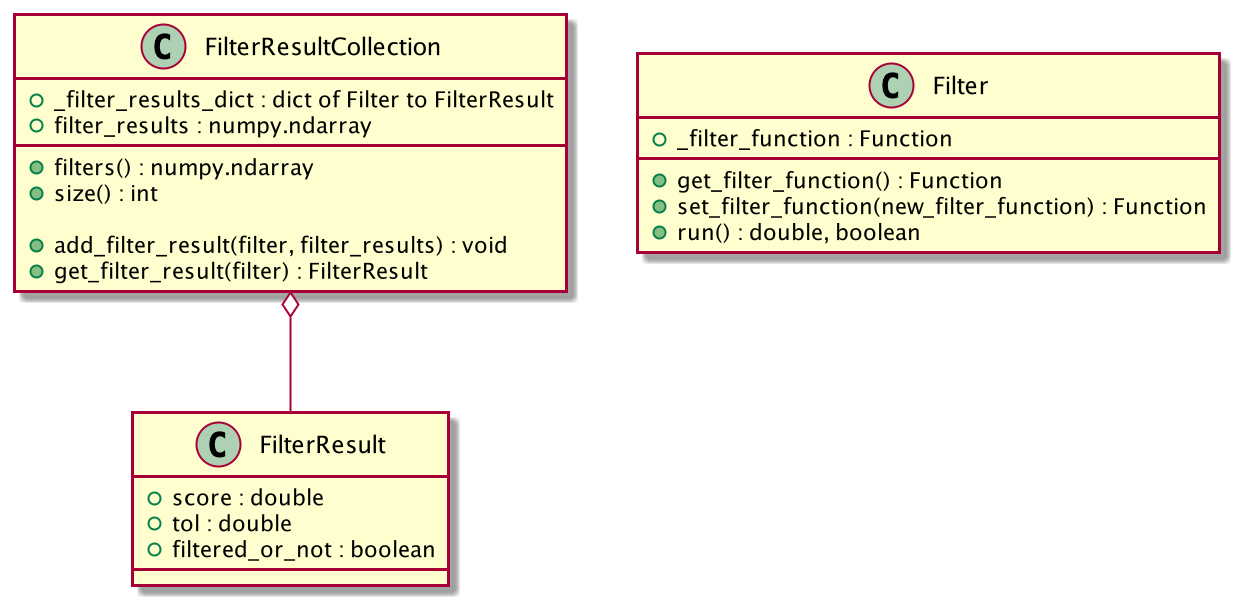
Above: fr_frc.png in sys-bio/SBviper (PlantUML), before the change. Its diagram source:
```plantuml
@startuml

FilterResultCollection o-- FilterResult


class FilterResultCollection {
    +_filter_results_dict : dict of Filter to FilterResult
    +filters() : numpy.ndarray
    +filter_results : numpy.ndarray
    +size() : int

    +add_filter_result(filter, filter_results) : void
    +get_filter_result(filter) : FilterResult
}

class FilterResult {
    +score : double
    +tol : double
    +filtered_or_not : boolean
}

class Filter {
    +_filter_function : Function
    +get_filter_function() : Function
    +set_filter_function(new_filter_function) : Function
    +run() : double, boolean
}

@enduml
```
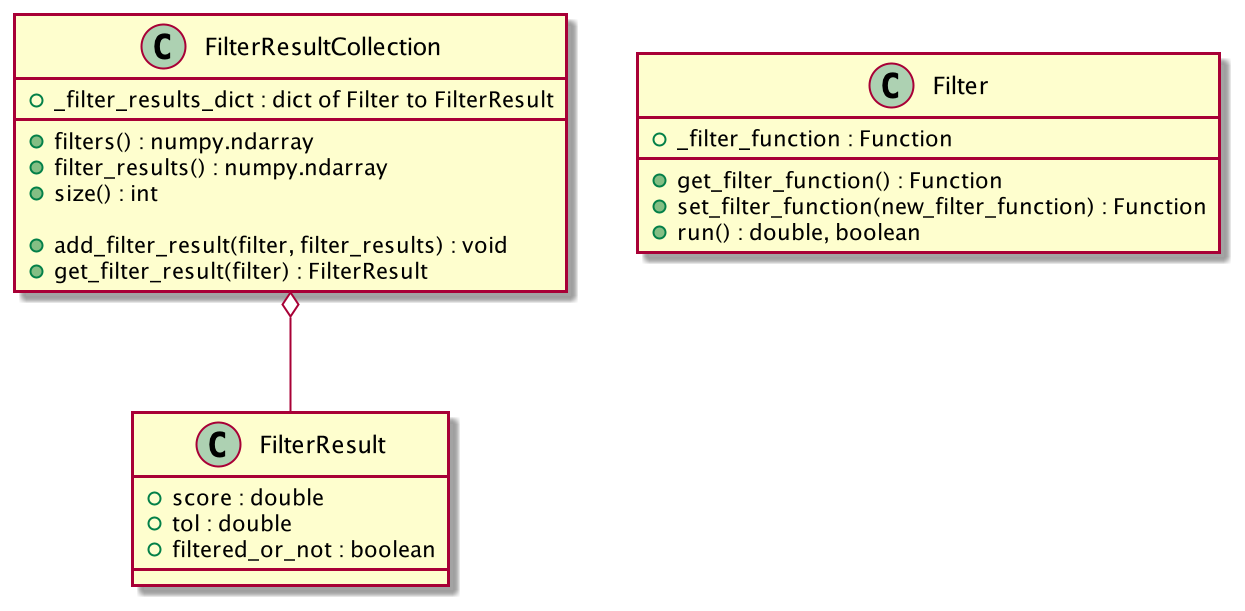
After the change.

What changed in the source:
```diff
@@ -6,7 +6,7 @@
 class FilterResultCollection {
     +_filter_results_dict : dict of Filter to FilterResult
     +filters() : numpy.ndarray
-    +filter_results : numpy.ndarray
+    +filter_results() : numpy.ndarray
     +size() : int
 
     +add_filter_result(filter, filter_results) : void
```
